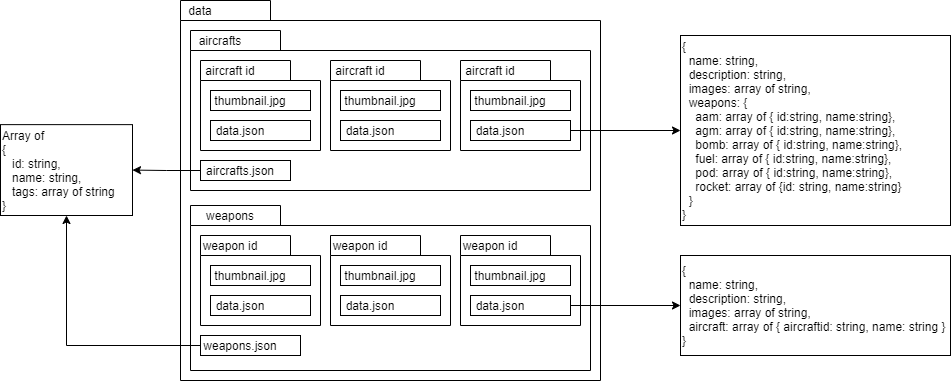
Dzsek/dcsdb keeps this draw.io diagram as data architecture.png. Above is the earlier version. Source tidied: cells renumbered, new cells last; positions are measured from the earlier drawing's top-left corner, leaving out a move shared by most shapes.
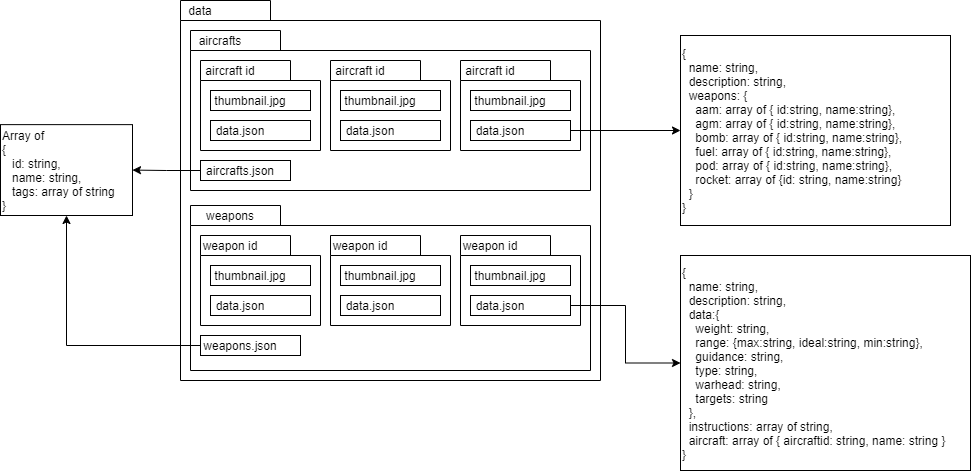
The same file after the commit.

What changed in the source:
```diff
@@ -152,14 +152,14 @@
     <mxCell id="51" value="weapons.json" style="text;html=1;strokeColor=none;fillColor=none;align=center;verticalAlign=middle;whiteSpace=wrap;rounded=0;" parent="1" vertex="1">
       <mxGeometry x="220" y="335" width="40" height="20" as="geometry" />
     </mxCell>
-    <mxCell id="52" value="&lt;div&gt;{&lt;/div&gt;&lt;div&gt;&amp;nbsp; name: string,&lt;/div&gt;&lt;div&gt;&amp;nbsp; description: string,&lt;/div&gt;&lt;div&gt;&amp;nbsp; images: array of string,&lt;/div&gt;&lt;div&gt;&amp;nbsp; weapons: {&lt;/div&gt;&lt;div&gt;&lt;span&gt;&lt;/span&gt;&amp;nbsp; &amp;nbsp; aam: array of { id:string, name:string},&lt;/div&gt;&lt;div&gt;&lt;span&gt;&lt;/span&gt;&amp;nbsp; &amp;nbsp; agm: array of { id:string, name:string},&lt;/div&gt;&lt;div&gt;&lt;span&gt;&lt;/span&gt;&amp;nbsp; &amp;nbsp; bomb: array of { id:string, name:string},&lt;/div&gt;&lt;div&gt;&lt;span&gt;&lt;/span&gt;&amp;nbsp; &amp;nbsp; fuel: array of { id:string, name:string},&lt;/div&gt;&lt;div&gt;&lt;span&gt;&lt;/span&gt;&amp;nbsp; &amp;nbsp; pod: array of { id:string, name:string},&lt;/div&gt;&lt;div&gt;&lt;span&gt;&lt;/span&gt;&amp;nbsp; &amp;nbsp; rocket: array of {id: string, name:string}&lt;/div&gt;&lt;div&gt;&amp;nbsp; }&lt;/div&gt;&lt;div&gt;}&lt;/div&gt;" style="rounded=0;whiteSpace=wrap;html=1;align=left;verticalAlign=middle;" parent="1" vertex="1">
+    <mxCell id="52" value="&lt;div&gt;{&lt;/div&gt;&lt;div&gt;&amp;nbsp; name: string,&lt;/div&gt;&lt;div&gt;&amp;nbsp; description: string,&lt;/div&gt;&lt;div&gt;&amp;nbsp; weapons: {&lt;/div&gt;&lt;div&gt;&lt;span&gt;&lt;/span&gt;&amp;nbsp; &amp;nbsp; aam: array of { id:string, name:string},&lt;/div&gt;&lt;div&gt;&lt;span&gt;&lt;/span&gt;&amp;nbsp; &amp;nbsp; agm: array of { id:string, name:string},&lt;/div&gt;&lt;div&gt;&lt;span&gt;&lt;/span&gt;&amp;nbsp; &amp;nbsp; bomb: array of { id:string, name:string},&lt;/div&gt;&lt;div&gt;&lt;span&gt;&lt;/span&gt;&amp;nbsp; &amp;nbsp; fuel: array of { id:string, name:string},&lt;/div&gt;&lt;div&gt;&lt;span&gt;&lt;/span&gt;&amp;nbsp; &amp;nbsp; pod: array of { id:string, name:string},&lt;/div&gt;&lt;div&gt;&lt;span&gt;&lt;/span&gt;&amp;nbsp; &amp;nbsp; rocket: array of {id: string, name:string}&lt;/div&gt;&lt;div&gt;&amp;nbsp; }&lt;/div&gt;&lt;div&gt;}&lt;/div&gt;" style="rounded=0;whiteSpace=wrap;html=1;align=left;verticalAlign=middle;" parent="1" vertex="1">
       <mxGeometry x="680" y="35" width="270" height="190" as="geometry" />
     </mxCell>
     <mxCell id="53" value="&lt;span&gt;Array of&lt;br&gt;{&lt;/span&gt;&lt;br&gt;&lt;span&gt;&amp;nbsp; &amp;nbsp;id: string,&lt;/span&gt;&lt;br&gt;&lt;span&gt;&amp;nbsp; &amp;nbsp;name: string,&lt;/span&gt;&lt;br&gt;&lt;span&gt;&amp;nbsp; &amp;nbsp;tags: array of string&lt;/span&gt;&lt;br&gt;&lt;span&gt;}&lt;/span&gt;" style="rounded=0;whiteSpace=wrap;html=1;align=left;" parent="1" vertex="1">
       <mxGeometry y="124.1" width="132" height="90.9" as="geometry" />
     </mxCell>
-    <mxCell id="54" value="&lt;div&gt;{&lt;/div&gt;&lt;div&gt;&amp;nbsp; name: string,&lt;/div&gt;&lt;div&gt;&amp;nbsp; description: string,&lt;/div&gt;&lt;div&gt;&amp;nbsp; images: array of string,&lt;/div&gt;&lt;div&gt;&amp;nbsp; aircraft: array of { aircraftid: string, name: string }&lt;/div&gt;&lt;div&gt;}&lt;/div&gt;" style="rounded=0;whiteSpace=wrap;html=1;align=left;verticalAlign=middle;" parent="1" vertex="1">
-      <mxGeometry x="680" y="255" width="270" height="100" as="geometry" />
+    <mxCell id="54" value="&lt;div&gt;{&lt;/div&gt;&lt;div&gt;&amp;nbsp; name: string,&lt;/div&gt;&lt;div&gt;&amp;nbsp; description: string,&lt;/div&gt;&lt;div&gt;&amp;nbsp; data:{&lt;/div&gt;&lt;div&gt;&lt;span&gt;&lt;/span&gt;&amp;nbsp; &amp;nbsp; weight: string,&lt;/div&gt;&lt;div&gt;&lt;span&gt;&lt;/span&gt;&amp;nbsp; &amp;nbsp; range: {max:string, ideal:string, min:string},&lt;/div&gt;&lt;div&gt;&lt;span&gt;&lt;/span&gt;&amp;nbsp; &amp;nbsp; guidance: string,&lt;/div&gt;&lt;div&gt;&lt;span&gt;&lt;/span&gt;&amp;nbsp; &amp;nbsp; type: string,&lt;/div&gt;&lt;div&gt;&lt;span&gt;&lt;/span&gt;&amp;nbsp; &amp;nbsp; warhead: string,&lt;/div&gt;&lt;div&gt;&lt;span&gt;&lt;/span&gt;&amp;nbsp; &amp;nbsp; targets: string&lt;/div&gt;&lt;div&gt;&amp;nbsp; },&lt;/div&gt;&lt;div&gt;&amp;nbsp; instructions: array of string,&lt;/div&gt;&lt;div&gt;&amp;nbsp; aircraft: array of { aircraftid: string, name: string }&lt;/div&gt;&lt;div&gt;}&lt;/div&gt;" style="rounded=0;whiteSpace=wrap;html=1;align=left;verticalAlign=middle;" parent="1" vertex="1">
+      <mxGeometry x="680" y="255" width="290" height="215" as="geometry" />
     </mxCell>
   </root>
 </mxGraphModel>
```
